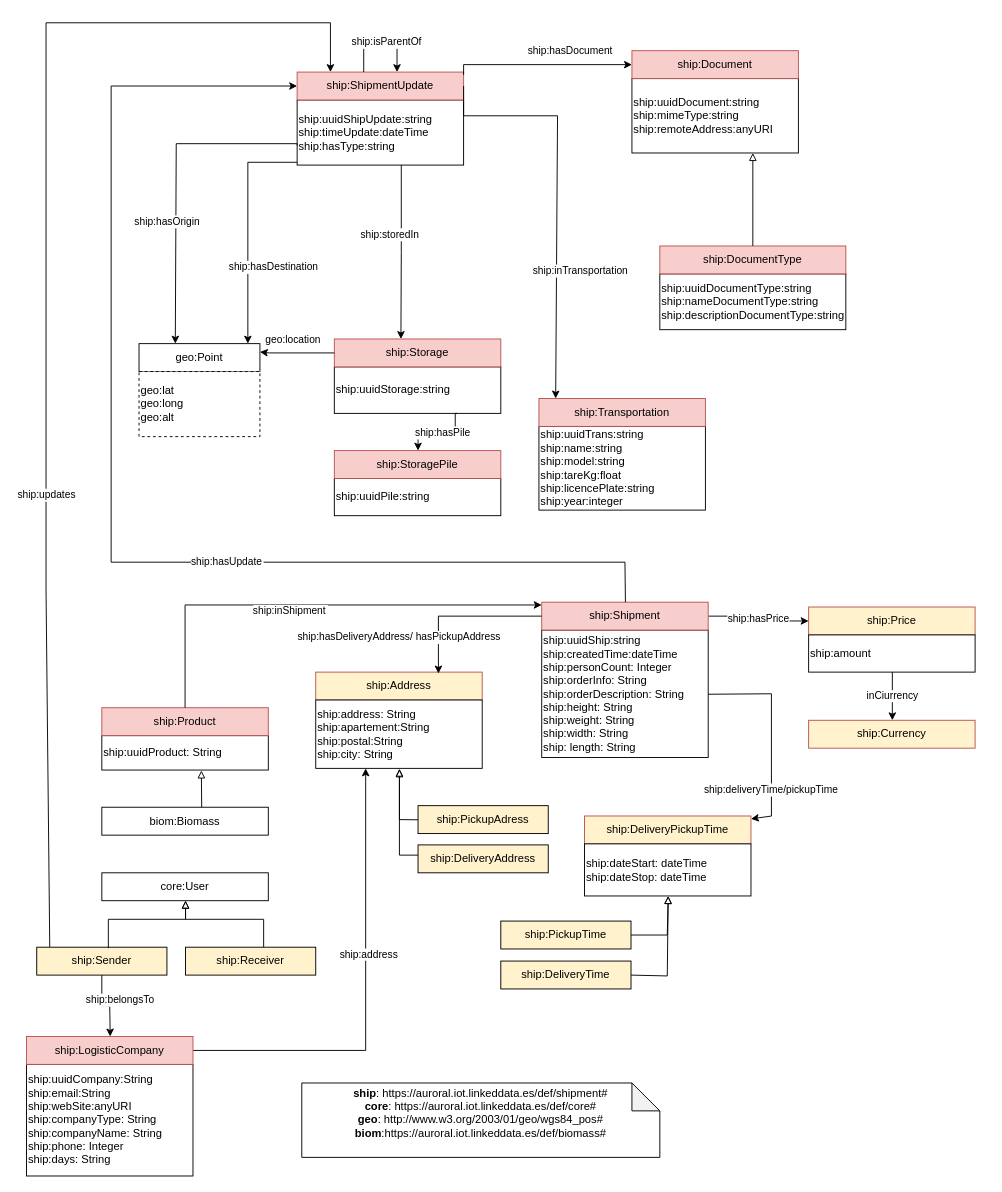
Before: diagrams/shipment.drawio in oeg-upm/auroral-shipmentBiomass-ontology, a draw.io diagram. Source tidied: cells renumbered, new cells numbered last; positions are measured from the earlier drawing's top-left corner, leaving out a move shared by most shapes. Both pictures are drawn from the tidied source at 93%, with x=0, y=0 at pixel (26, 22).
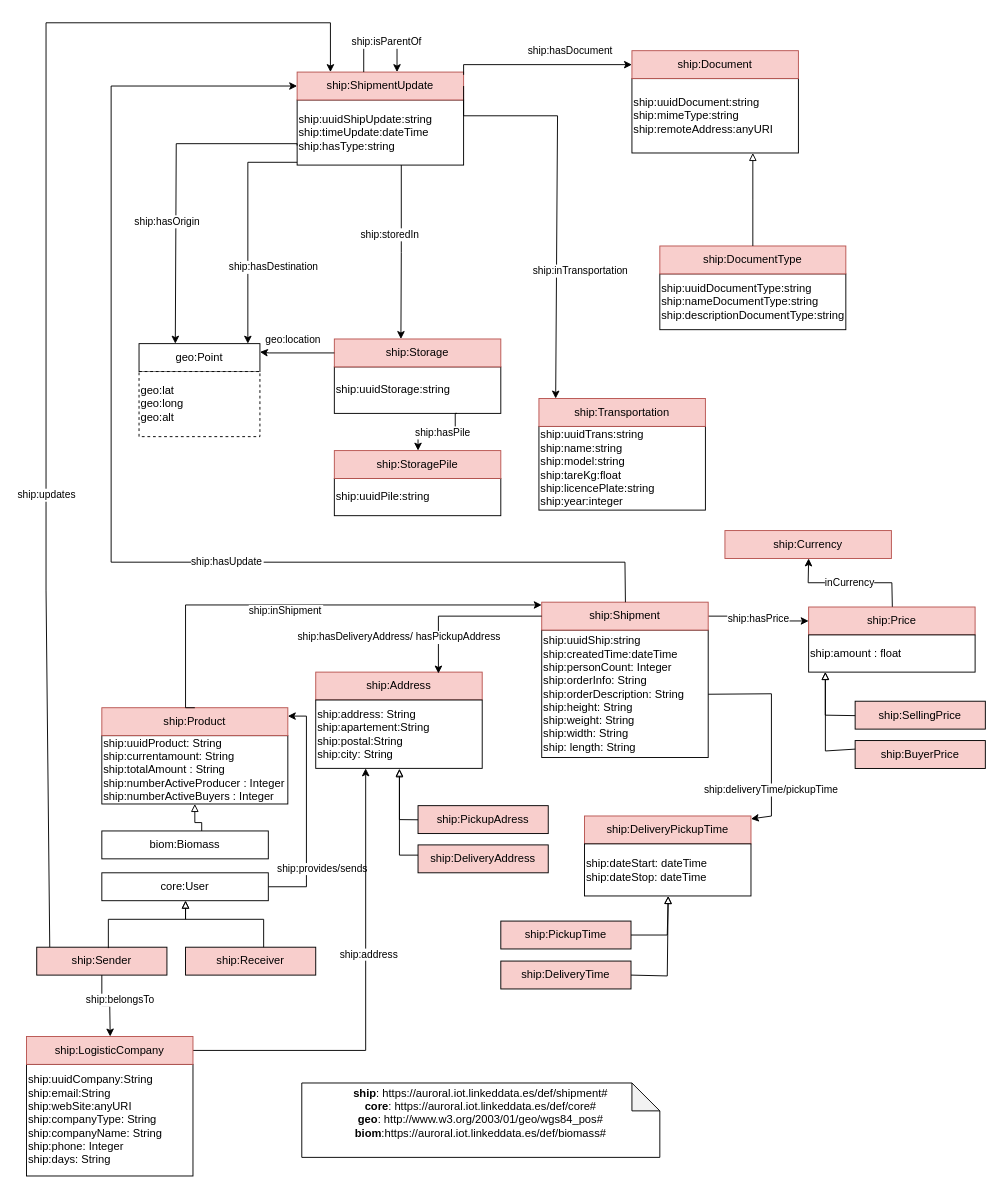
The same page after the edit.

The change refers to these unchanged cells:
```xml
<mxCell id="23" value="core:User" style="rounded=0;whiteSpace=wrap;html=1;snapToPoint=1;points=[[0.1,0],[0.2,0],[0.3,0],[0.4,0],[0.5,0],[0.6,0],[0.7,0],[0.8,0],[0.9,0],[0,0.1],[0,0.3],[0,0.5],[0,0.7],[0,0.9],[0.1,1],[0.2,1],[0.3,1],[0.4,1],[0.5,1],[0.6,1],[0.7,1],[0.8,1],[0.9,1],[1,0.1],[1,0.3],[1,0.5],[1,0.7],[1,0.9]];" parent="1" vertex="1">
  <mxGeometry x="81" y="914" width="179" height="30" as="geometry" />
</mxCell>
```

Change to the diagram source:
```diff
@@
-    <mxCell id="4" value="ship:Shipment" style="rounded=0;whiteSpace=wrap;html=1;snapToPoint=1;points=[[0.1,0],[0.2,0],[0.3,0],[0.4,0],[0.5,0],[0.6,0],[0.7,0],[0.8,0],[0.9,0],[0,0.1],[0,0.3],[0,0.5],[0,0.7],[0,0.9],[0.1,1],[0.2,1],[0.3,1],[0.4,1],[0.5,1],[0.6,1],[0.7,1],[0.8,1],[0.9,1],[1,0.1],[1,0.3],[1,0.5],[1,0.7],[1,0.9]];fillColor=#f8cecc;strokeColor=#b85450;" parent="1" vertex="1">
+    <mxCell id="4" value="ship:Shipment" style="rounded=0;whiteSpace=wrap;html=1;snapToPoint=1;points=[[0.1,0],[0.2,0],[0.3,0],[0.4,0],[0.5,0],[0.6,0],[0.7,0],[0.8,0],[0.9,0],[0,0.1],[0,0.3],[0,0.5],[0,0.7],[0,0.9],[0.1,1],[0.2,1],[0.3,1],[0.4,1],[0.5,1],[0.6,1],[0.7,1],[0.8,1],[0.9,1],[1,0.1],[1,0.3],[1,0.5],[1,0.7],[1,0.9]];fillColor=#F8CECC;strokeColor=#b85450;" parent="1" vertex="1">
       <mxGeometry x="554" y="623" width="179" height="30" as="geometry" />
     </mxCell>
@@
-    <mxCell id="20" value="ship:uuidProduct: String" style="rounded=0;whiteSpace=wrap;html=1;snapToPoint=1;points=[[0.1,0],[0.2,0],[0.3,0],[0.4,0],[0.5,0],[0.6,0],[0.7,0],[0.8,0],[0.9,0],[0,0.1],[0,0.3],[0,0.5],[0,0.7],[0,0.9],[0.1,1],[0.2,1],[0.3,1],[0.4,1],[0.5,1],[0.6,1],[0.7,1],[0.8,1],[0.9,1],[1,0.1],[1,0.3],[1,0.5],[1,0.7],[1,0.9]];align=left;" parent="1" vertex="1">
-      <mxGeometry x="81" y="766.5" width="179" height="37" as="geometry" />
+    <mxCell id="20" value="ship:uuidProduct: String&lt;br&gt;ship:currentamount: String&lt;br&gt;ship:totalAmount : String&lt;br&gt;ship:numberActiveProducer : Integer&lt;br&gt;ship:numberActiveBuyers : Integer" style="rounded=0;whiteSpace=wrap;html=1;snapToPoint=1;points=[[0.1,0],[0.2,0],[0.3,0],[0.4,0],[0.5,0],[0.6,0],[0.7,0],[0.8,0],[0.9,0],[0,0.1],[0,0.3],[0,0.5],[0,0.7],[0,0.9],[0.1,1],[0.2,1],[0.3,1],[0.4,1],[0.5,1],[0.6,1],[0.7,1],[0.8,1],[0.9,1],[1,0.1],[1,0.3],[1,0.5],[1,0.7],[1,0.9]];align=left;" parent="1" vertex="1">
+      <mxGeometry x="81" y="766.5" width="200" height="73.5" as="geometry" />
     </mxCell>
     <mxCell id="21" value="ship:Product" style="rounded=0;whiteSpace=wrap;html=1;snapToPoint=1;points=[[0.1,0],[0.2,0],[0.3,0],[0.4,0],[0.5,0],[0.6,0],[0.7,0],[0.8,0],[0.9,0],[0,0.1],[0,0.3],[0,0.5],[0,0.7],[0,0.9],[0.1,1],[0.2,1],[0.3,1],[0.4,1],[0.5,1],[0.6,1],[0.7,1],[0.8,1],[0.9,1],[1,0.1],[1,0.3],[1,0.5],[1,0.7],[1,0.9]];fillColor=#f8cecc;strokeColor=#b85450;" parent="1" vertex="1">
-      <mxGeometry x="81" y="736.5" width="179" height="30" as="geometry" />
+      <mxGeometry x="81" y="736.5" width="200" height="30" as="geometry" />
     </mxCell>
     <mxCell id="22" value="biom:Biomass" style="rounded=0;whiteSpace=wrap;html=1;snapToPoint=1;points=[[0.1,0],[0.2,0],[0.3,0],[0.4,0],[0.5,0],[0.6,0],[0.7,0],[0.8,0],[0.9,0],[0,0.1],[0,0.3],[0,0.5],[0,0.7],[0,0.9],[0.1,1],[0.2,1],[0.3,1],[0.4,1],[0.5,1],[0.6,1],[0.7,1],[0.8,1],[0.9,1],[1,0.1],[1,0.3],[1,0.5],[1,0.7],[1,0.9]];" parent="1" vertex="1">
-      <mxGeometry x="81" y="843.5" width="179" height="30" as="geometry" />
+      <mxGeometry x="81" y="869" width="179" height="30" as="geometry" />
     </mxCell>
+    <mxCell id="64" style="edgeStyle=orthogonalEdgeStyle;rounded=0;jettySize=auto;html=1;entryX=1;entryY=0.3;entryDx=0;entryDy=0;" parent="1" edge="1" source="23" target="21">
+      <mxGeometry relative="1" as="geometry">
+        <Array as="points">
+          <mxPoint x="301" y="929" />
+          <mxPoint x="301" y="746" />
+        </Array>
+      </mxGeometry>
+    </mxCell>
+    <mxCell id="65" value="ship:provides/sends" style="edgeLabel;html=1;align=center;verticalAlign=middle;" parent="64" vertex="1">
+      <mxGeometry x="0.11" relative="1" as="geometry">
+        <mxPoint x="16" y="75" as="offset" />
+      </mxGeometry>
+    </mxCell>
@@
-    <mxCell id="39" value="ship:Sender" style="rounded=0;whiteSpace=wrap;html=1;snapToPoint=1;points=[[0.1,0],[0.2,0],[0.3,0],[0.4,0],[0.5,0],[0.6,0],[0.7,0],[0.8,0],[0.9,0],[0,0.1],[0,0.3],[0,0.5],[0,0.7],[0,0.9],[0.1,1],[0.2,1],[0.3,1],[0.4,1],[0.5,1],[0.6,1],[0.7,1],[0.8,1],[0.9,1],[1,0.1],[1,0.3],[1,0.5],[1,0.7],[1,0.9]];fillColor=#FFF2CC;" parent="1" vertex="1">
+    <mxCell id="39" value="ship:Sender" style="rounded=0;whiteSpace=wrap;html=1;snapToPoint=1;points=[[0.1,0],[0.2,0],[0.3,0],[0.4,0],[0.5,0],[0.6,0],[0.7,0],[0.8,0],[0.9,0],[0,0.1],[0,0.3],[0,0.5],[0,0.7],[0,0.9],[0.1,1],[0.2,1],[0.3,1],[0.4,1],[0.5,1],[0.6,1],[0.7,1],[0.8,1],[0.9,1],[1,0.1],[1,0.3],[1,0.5],[1,0.7],[1,0.9]];fillColor=#F8CECC;" parent="1" vertex="1">
       <mxGeometry x="11" y="994" width="140" height="30" as="geometry" />
     </mxCell>
-    <mxCell id="40" value="ship:Receiver" style="rounded=0;whiteSpace=wrap;html=1;snapToPoint=1;points=[[0.1,0],[0.2,0],[0.3,0],[0.4,0],[0.5,0],[0.6,0],[0.7,0],[0.8,0],[0.9,0],[0,0.1],[0,0.3],[0,0.5],[0,0.7],[0,0.9],[0.1,1],[0.2,1],[0.3,1],[0.4,1],[0.5,1],[0.6,1],[0.7,1],[0.8,1],[0.9,1],[1,0.1],[1,0.3],[1,0.5],[1,0.7],[1,0.9]];fillColor=#FFF2CC;" parent="1" vertex="1">
+    <mxCell id="40" value="ship:Receiver" style="rounded=0;whiteSpace=wrap;html=1;snapToPoint=1;points=[[0.1,0],[0.2,0],[0.3,0],[0.4,0],[0.5,0],[0.6,0],[0.7,0],[0.8,0],[0.9,0],[0,0.1],[0,0.3],[0,0.5],[0,0.7],[0,0.9],[0.1,1],[0.2,1],[0.3,1],[0.4,1],[0.5,1],[0.6,1],[0.7,1],[0.8,1],[0.9,1],[1,0.1],[1,0.3],[1,0.5],[1,0.7],[1,0.9]];fillColor=#F8CECC;" parent="1" vertex="1">
       <mxGeometry x="171" y="994" width="140" height="30" as="geometry" />
     </mxCell>
@@
-    <mxCell id="44" value="ship:Address" style="rounded=0;whiteSpace=wrap;html=1;snapToPoint=1;points=[[0.1,0],[0.2,0],[0.3,0],[0.4,0],[0.5,0],[0.6,0],[0.7,0],[0.8,0],[0.9,0],[0,0.1],[0,0.3],[0,0.5],[0,0.7],[0,0.9],[0.1,1],[0.2,1],[0.3,1],[0.4,1],[0.5,1],[0.6,1],[0.7,1],[0.8,1],[0.9,1],[1,0.1],[1,0.3],[1,0.5],[1,0.7],[1,0.9]];fillColor=#FFF2CC;strokeColor=#b85450;" parent="1" vertex="1">
+    <mxCell id="44" value="ship:Address" style="rounded=0;whiteSpace=wrap;html=1;snapToPoint=1;points=[[0.1,0],[0.2,0],[0.3,0],[0.4,0],[0.5,0],[0.6,0],[0.7,0],[0.8,0],[0.9,0],[0,0.1],[0,0.3],[0,0.5],[0,0.7],[0,0.9],[0.1,1],[0.2,1],[0.3,1],[0.4,1],[0.5,1],[0.6,1],[0.7,1],[0.8,1],[0.9,1],[1,0.1],[1,0.3],[1,0.5],[1,0.7],[1,0.9]];fillColor=#F8CECC;strokeColor=#b85450;" parent="1" vertex="1">
       <mxGeometry x="311" y="698.2" width="179" height="30" as="geometry" />
     </mxCell>
@@
-    <mxCell id="46" value="ship:PickupAdress" style="rounded=0;whiteSpace=wrap;html=1;snapToPoint=1;points=[[0.1,0],[0.2,0],[0.3,0],[0.4,0],[0.5,0],[0.6,0],[0.7,0],[0.8,0],[0.9,0],[0,0.1],[0,0.3],[0,0.5],[0,0.7],[0,0.9],[0.1,1],[0.2,1],[0.3,1],[0.4,1],[0.5,1],[0.6,1],[0.7,1],[0.8,1],[0.9,1],[1,0.1],[1,0.3],[1,0.5],[1,0.7],[1,0.9]];fillColor=#FFF2CC;" parent="1" vertex="1">
+    <mxCell id="46" value="ship:PickupAdress" style="rounded=0;whiteSpace=wrap;html=1;snapToPoint=1;points=[[0.1,0],[0.2,0],[0.3,0],[0.4,0],[0.5,0],[0.6,0],[0.7,0],[0.8,0],[0.9,0],[0,0.1],[0,0.3],[0,0.5],[0,0.7],[0,0.9],[0.1,1],[0.2,1],[0.3,1],[0.4,1],[0.5,1],[0.6,1],[0.7,1],[0.8,1],[0.9,1],[1,0.1],[1,0.3],[1,0.5],[1,0.7],[1,0.9]];fillColor=#F8CECC;" parent="1" vertex="1">
       <mxGeometry x="421" y="841.8" width="140" height="30" as="geometry" />
     </mxCell>
-    <mxCell id="47" value="ship:DeliveryAddress" style="rounded=0;whiteSpace=wrap;html=1;fillColor=#FFF2CC;" parent="1" vertex="1">
+    <mxCell id="47" value="ship:DeliveryAddress" style="rounded=0;whiteSpace=wrap;html=1;fillColor=#F8CECC;" parent="1" vertex="1">
       <mxGeometry x="421" y="884" width="140" height="30" as="geometry" />
     </mxCell>
@@
-    <mxCell id="52" value="ship:DeliveryPickupTime" style="rounded=0;whiteSpace=wrap;html=1;snapToPoint=1;points=[[0.1,0],[0.2,0],[0.3,0],[0.4,0],[0.5,0],[0.6,0],[0.7,0],[0.8,0],[0.9,0],[0,0.1],[0,0.3],[0,0.5],[0,0.7],[0,0.9],[0.1,1],[0.2,1],[0.3,1],[0.4,1],[0.5,1],[0.6,1],[0.7,1],[0.8,1],[0.9,1],[1,0.1],[1,0.3],[1,0.5],[1,0.7],[1,0.9]];fillColor=#FFF2CC;strokeColor=#b85450;" parent="1" vertex="1">
+    <mxCell id="52" value="ship:DeliveryPickupTime" style="rounded=0;whiteSpace=wrap;html=1;snapToPoint=1;points=[[0.1,0],[0.2,0],[0.3,0],[0.4,0],[0.5,0],[0.6,0],[0.7,0],[0.8,0],[0.9,0],[0,0.1],[0,0.3],[0,0.5],[0,0.7],[0,0.9],[0.1,1],[0.2,1],[0.3,1],[0.4,1],[0.5,1],[0.6,1],[0.7,1],[0.8,1],[0.9,1],[1,0.1],[1,0.3],[1,0.5],[1,0.7],[1,0.9]];fillColor=#F8CECC;strokeColor=#b85450;" parent="1" vertex="1">
       <mxGeometry x="600" y="852.9" width="179" height="30" as="geometry" />
     </mxCell>
@@
-    <mxCell id="55" value="ship:PickupTime" style="rounded=0;whiteSpace=wrap;html=1;snapToPoint=1;points=[[0.1,0],[0.2,0],[0.3,0],[0.4,0],[0.5,0],[0.6,0],[0.7,0],[0.8,0],[0.9,0],[0,0.1],[0,0.3],[0,0.5],[0,0.7],[0,0.9],[0.1,1],[0.2,1],[0.3,1],[0.4,1],[0.5,1],[0.6,1],[0.7,1],[0.8,1],[0.9,1],[1,0.1],[1,0.3],[1,0.5],[1,0.7],[1,0.9]];fillColor=#FFF2CC;" parent="1" vertex="1">
+    <mxCell id="55" value="ship:PickupTime" style="rounded=0;whiteSpace=wrap;html=1;snapToPoint=1;points=[[0.1,0],[0.2,0],[0.3,0],[0.4,0],[0.5,0],[0.6,0],[0.7,0],[0.8,0],[0.9,0],[0,0.1],[0,0.3],[0,0.5],[0,0.7],[0,0.9],[0.1,1],[0.2,1],[0.3,1],[0.4,1],[0.5,1],[0.6,1],[0.7,1],[0.8,1],[0.9,1],[1,0.1],[1,0.3],[1,0.5],[1,0.7],[1,0.9]];fillColor=#F8CECC;" parent="1" vertex="1">
       <mxGeometry x="510" y="965.9" width="140" height="30" as="geometry" />
     </mxCell>
-    <mxCell id="56" value="ship:DeliveryTime" style="rounded=0;whiteSpace=wrap;html=1;snapToPoint=1;points=[[0.1,0],[0.2,0],[0.3,0],[0.4,0],[0.5,0],[0.6,0],[0.7,0],[0.8,0],[0.9,0],[0,0.1],[0,0.3],[0,0.5],[0,0.7],[0,0.9],[0.1,1],[0.2,1],[0.3,1],[0.4,1],[0.5,1],[0.6,1],[0.7,1],[0.8,1],[0.9,1],[1,0.1],[1,0.3],[1,0.5],[1,0.7],[1,0.9]];fillColor=#FFF2CC;" parent="1" vertex="1">
+    <mxCell id="56" value="ship:DeliveryTime" style="rounded=0;whiteSpace=wrap;html=1;snapToPoint=1;points=[[0.1,0],[0.2,0],[0.3,0],[0.4,0],[0.5,0],[0.6,0],[0.7,0],[0.8,0],[0.9,0],[0,0.1],[0,0.3],[0,0.5],[0,0.7],[0,0.9],[0.1,1],[0.2,1],[0.3,1],[0.4,1],[0.5,1],[0.6,1],[0.7,1],[0.8,1],[0.9,1],[1,0.1],[1,0.3],[1,0.5],[1,0.7],[1,0.9]];fillColor=#F8CECC;" parent="1" vertex="1">
       <mxGeometry x="510" y="1008.9" width="140" height="30" as="geometry" />
     </mxCell>
@@
-    <mxCell id="59" value="ship:Price" style="rounded=0;whiteSpace=wrap;html=1;snapToPoint=1;points=[[0.1,0],[0.2,0],[0.3,0],[0.4,0],[0.5,0],[0.6,0],[0.7,0],[0.8,0],[0.9,0],[0,0.1],[0,0.3],[0,0.5],[0,0.7],[0,0.9],[0.1,1],[0.2,1],[0.3,1],[0.4,1],[0.5,1],[0.6,1],[0.7,1],[0.8,1],[0.9,1],[1,0.1],[1,0.3],[1,0.5],[1,0.7],[1,0.9]];fillColor=#FFF2CC;strokeColor=#b85450;" parent="1" vertex="1">
+    <mxCell id="59" value="ship:Price" style="rounded=0;whiteSpace=wrap;html=1;snapToPoint=1;points=[[0.1,0],[0.2,0],[0.3,0],[0.4,0],[0.5,0],[0.6,0],[0.7,0],[0.8,0],[0.9,0],[0,0.1],[0,0.3],[0,0.5],[0,0.7],[0,0.9],[0.1,1],[0.2,1],[0.3,1],[0.4,1],[0.5,1],[0.6,1],[0.7,1],[0.8,1],[0.9,1],[1,0.1],[1,0.3],[1,0.5],[1,0.7],[1,0.9]];fillColor=#F8CECC;strokeColor=#b85450;" parent="1" vertex="1">
       <mxGeometry x="841" y="628.2" width="179" height="30" as="geometry" />
     </mxCell>
-    <mxCell id="60" value="inCiurrency" style="edgeStyle=orthogonalEdgeStyle;rounded=0;jettySize=auto;html=1;" parent="1" edge="1" source="61" target="62">
+    <mxCell id="60" value="inCurrency" style="edgeStyle=orthogonalEdgeStyle;rounded=0;jettySize=auto;html=1;" parent="1" edge="1" source="59" target="62">
       <mxGeometry relative="1" as="geometry" />
     </mxCell>
-    <mxCell id="61" value="ship:amount" style="rounded=0;whiteSpace=wrap;html=1;snapToPoint=1;points=[[0.1,0],[0.2,0],[0.3,0],[0.4,0],[0.5,0],[0.6,0],[0.7,0],[0.8,0],[0.9,0],[0,0.1],[0,0.3],[0,0.5],[0,0.7],[0,0.9],[0.1,1],[0.2,1],[0.3,1],[0.4,1],[0.5,1],[0.6,1],[0.7,1],[0.8,1],[0.9,1],[1,0.1],[1,0.3],[1,0.5],[1,0.7],[1,0.9]];align=left;" parent="1" vertex="1">
+    <mxCell id="61" value="ship:amount : float" style="rounded=0;whiteSpace=wrap;html=1;snapToPoint=1;points=[[0.1,0],[0.2,0],[0.3,0],[0.4,0],[0.5,0],[0.6,0],[0.7,0],[0.8,0],[0.9,0],[0,0.1],[0,0.3],[0,0.5],[0,0.7],[0,0.9],[0.1,1],[0.2,1],[0.3,1],[0.4,1],[0.5,1],[0.6,1],[0.7,1],[0.8,1],[0.9,1],[1,0.1],[1,0.3],[1,0.5],[1,0.7],[1,0.9]];align=left;" parent="1" vertex="1">
       <mxGeometry x="841" y="658.2" width="179" height="40" as="geometry" />
     </mxCell>
-    <mxCell id="62" value="ship:Currency" style="rounded=0;whiteSpace=wrap;html=1;snapToPoint=1;points=[[0.1,0],[0.2,0],[0.3,0],[0.4,0],[0.5,0],[0.6,0],[0.7,0],[0.8,0],[0.9,0],[0,0.1],[0,0.3],[0,0.5],[0,0.7],[0,0.9],[0.1,1],[0.2,1],[0.3,1],[0.4,1],[0.5,1],[0.6,1],[0.7,1],[0.8,1],[0.9,1],[1,0.1],[1,0.3],[1,0.5],[1,0.7],[1,0.9]];fillColor=#FFF2CC;strokeColor=#b85450;" parent="1" vertex="1">
-      <mxGeometry x="841" y="750" width="179" height="30" as="geometry" />
+    <mxCell id="62" value="ship:Currency" style="rounded=0;whiteSpace=wrap;html=1;snapToPoint=1;points=[[0.1,0],[0.2,0],[0.3,0],[0.4,0],[0.5,0],[0.6,0],[0.7,0],[0.8,0],[0.9,0],[0,0.1],[0,0.3],[0,0.5],[0,0.7],[0,0.9],[0.1,1],[0.2,1],[0.3,1],[0.4,1],[0.5,1],[0.6,1],[0.7,1],[0.8,1],[0.9,1],[1,0.1],[1,0.3],[1,0.5],[1,0.7],[1,0.9]];fillColor=#F8CECC;strokeColor=#b85450;" parent="1" vertex="1">
+      <mxGeometry x="751" y="546" width="179" height="30" as="geometry" />
     </mxCell>
     <mxCell id="63" style="edgeStyle=orthogonalEdgeStyle;rounded=0;jettySize=auto;html=1;fontSize=11;endArrow=block;endFill=0;exitX=0.6;exitY=0;exitDx=0;exitDy=0;" parent="1" edge="1" source="22" target="20">
       <mxGeometry relative="1" as="geometry">
         <Array as="points">
-          <mxPoint x="188" y="785" />
-          <mxPoint x="188" y="785" />
+          <mxPoint x="188" y="860" />
+          <mxPoint x="181" y="860" />
         </Array>
       </mxGeometry>
     </mxCell>
+    <mxCell id="66" value="ship:SellingPrice" style="rounded=0;whiteSpace=wrap;html=1;snapToPoint=1;points=[[0.1,0],[0.2,0],[0.3,0],[0.4,0],[0.5,0],[0.6,0],[0.7,0],[0.8,0],[0.9,0],[0,0.1],[0,0.3],[0,0.5],[0,0.7],[0,0.9],[0.1,1],[0.2,1],[0.3,1],[0.4,1],[0.5,1],[0.6,1],[0.7,1],[0.8,1],[0.9,1],[1,0.1],[1,0.3],[1,0.5],[1,0.7],[1,0.9]];fillColor=#F8CECC;" parent="1" vertex="1">
+      <mxGeometry x="891" y="729.5" width="140" height="30" as="geometry" />
+    </mxCell>
+    <mxCell id="67" value="ship:BuyerPrice" style="rounded=0;whiteSpace=wrap;html=1;snapToPoint=1;points=[[0.1,0],[0.2,0],[0.3,0],[0.4,0],[0.5,0],[0.6,0],[0.7,0],[0.8,0],[0.9,0],[0,0.1],[0,0.3],[0,0.5],[0,0.7],[0,0.9],[0.1,1],[0.2,1],[0.3,1],[0.4,1],[0.5,1],[0.6,1],[0.7,1],[0.8,1],[0.9,1],[1,0.1],[1,0.3],[1,0.5],[1,0.7],[1,0.9]];fillColor=#F8CECC;" parent="1" vertex="1">
+      <mxGeometry x="891" y="771.8" width="140" height="30" as="geometry" />
+    </mxCell>
+    <mxCell id="68" style="edgeStyle=orthogonalEdgeStyle;rounded=0;jettySize=auto;html=1;fontSize=11;endArrow=block;endFill=0;entryX=0.1;entryY=1;entryDx=0;entryDy=0;" parent="1" edge="1" source="66" target="61">
+      <mxGeometry relative="1" as="geometry">
+        <Array as="points">
+          <mxPoint x="859" y="745" />
+        </Array>
+      </mxGeometry>
+    </mxCell>
+    <mxCell id="69" style="edgeStyle=orthogonalEdgeStyle;rounded=0;jettySize=auto;html=1;fontSize=11;endArrow=block;endFill=0;" parent="1" edge="1" source="67" target="61">
+      <mxGeometry relative="1" as="geometry">
+        <Array as="points">
+          <mxPoint x="859" y="783" />
+        </Array>
+      </mxGeometry>
+    </mxCell>
```
